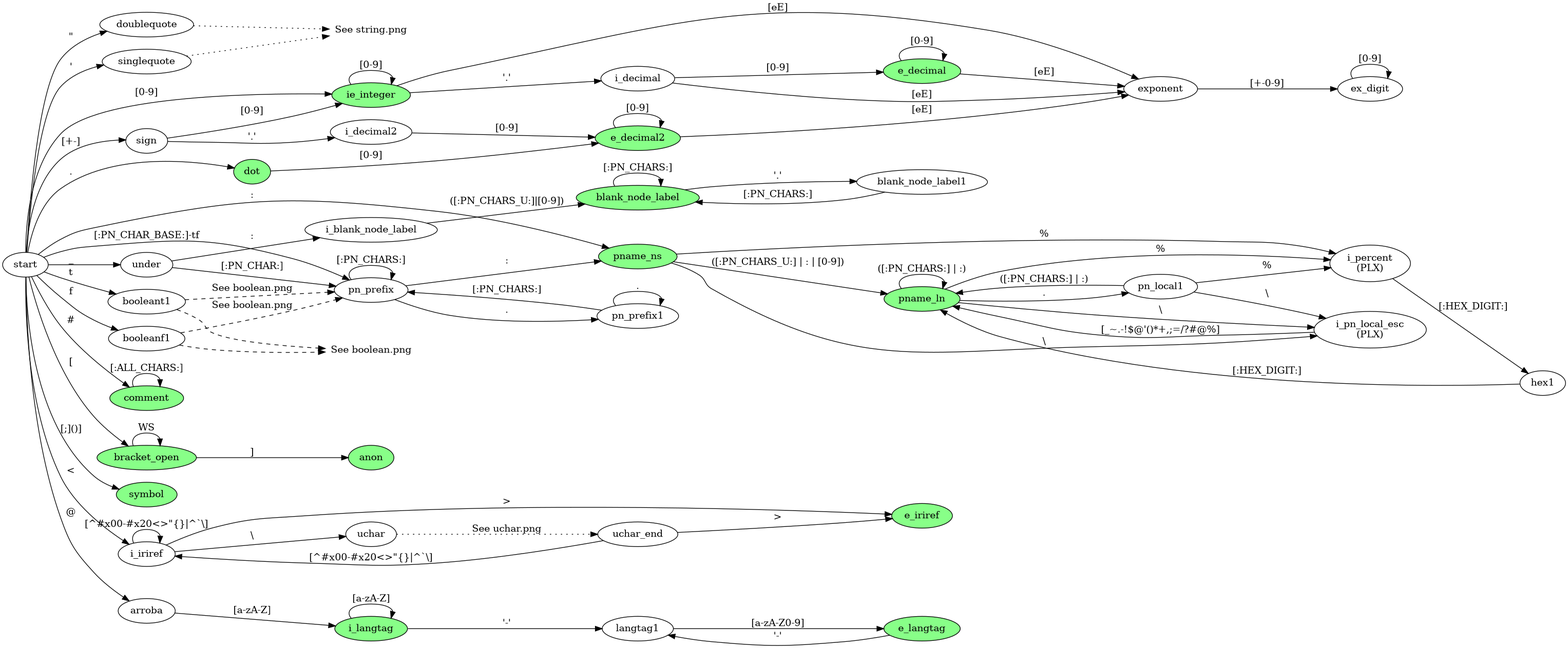
The Graphviz diagram design/automata.png in cnngimenez/SeA-turtle, before a commit. Its source is kept beside it as design/automata.dot.
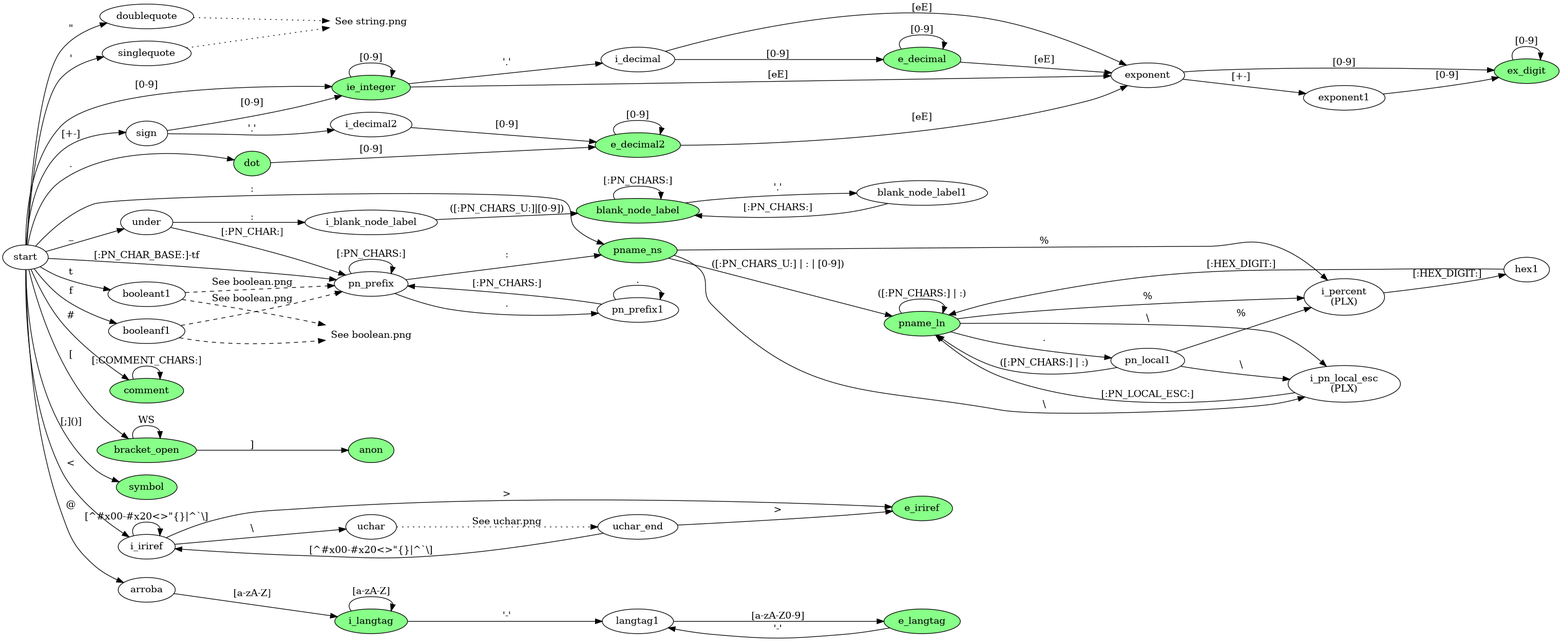
After the change.

The edit, as a diff of the source:
```diff
@@ -16,6 +16,7 @@
         ie_integer [style=filled, fillcolor="#88ff88"];
         e_decimal [style=filled, fillcolor="#88ff88"];
         e_decimal2 [style=filled, fillcolor="#88ff88"];
+        ex_digit [style=filled, fillcolor="#88ff88"];
         pname_ns [style=filled, fillcolor="#88ff88"];
         pname_ln [style=filled, fillcolor="#88ff88"];
         anon [style=filled, fillcolor="#88ff88"];
@@ -79,7 +80,9 @@
 
         ie_integer -> exponent [label="[eE]"];
 
-        exponent -> ex_digit [label="[+-0-9]"];
+        exponent -> exponent1 [label="[+-]"];
+        exponent -> ex_digit [label="[0-9]"];
+        exponent1 -> ex_digit [label="[0-9]"];
         ex_digit -> ex_digit [label="[0-9]"];
 
         uchar -> uchar_end [style=dotted, label="See uchar.png"];
@@ -123,10 +126,10 @@
         i_percent -> hex1 [label="[:HEX_DIGIT:]"];
         hex1 -> pname_ln [label="[:HEX_DIGIT:]"];
 
-        i_pn_local_esc -> pname_ln [label="[_~.-!$@'()*+,;=/?#@%]"];
+        i_pn_local_esc -> pname_ln [label="[:PN_LOCAL_ESC:]"];
 
         start -> comment [label="#"];
-        comment -> comment [label="[:ALL_CHARS:]"];
+        comment -> comment [label="[:COMMENT_CHARS:]"];
 
         start -> dot [label="."];
         dot-> e_decimal2 [label="[0-9]"];
```
